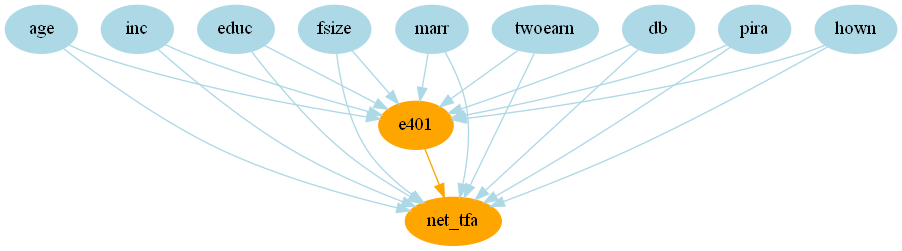
Earlier version of the Graphviz export ols.gv.png (GoPeaks-AI/KGC2022). Its source is kept beside it as ols.gv.
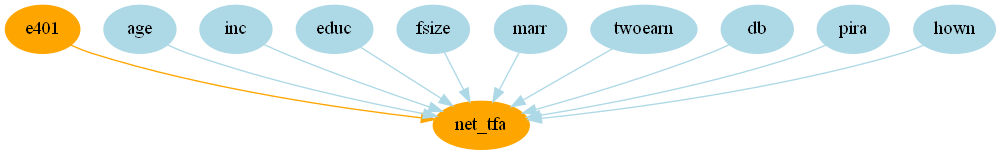
After the change.

What changed in the source:
```diff
@@ -1,27 +1,8 @@
-digraph ols {
+digraph OLS {
 	node [color=orange shape=oval style=filled]
 	edge [color=orange]
 	e401 -> net_tfa
 	node [color=lightblue shape=oval style=filled]
-	edge [color=lightblue]
-	age
-	age -> e401
-	inc
-	inc -> e401
-	educ
-	educ -> e401
-	fsize
-	fsize -> e401
-	marr
-	marr -> e401
-	twoearn
-	twoearn -> e401
-	db
-	db -> e401
-	pira
-	pira -> e401
-	hown
-	hown -> e401
 	edge [color=lightblue]
 	age
 	age -> net_tfa
```
